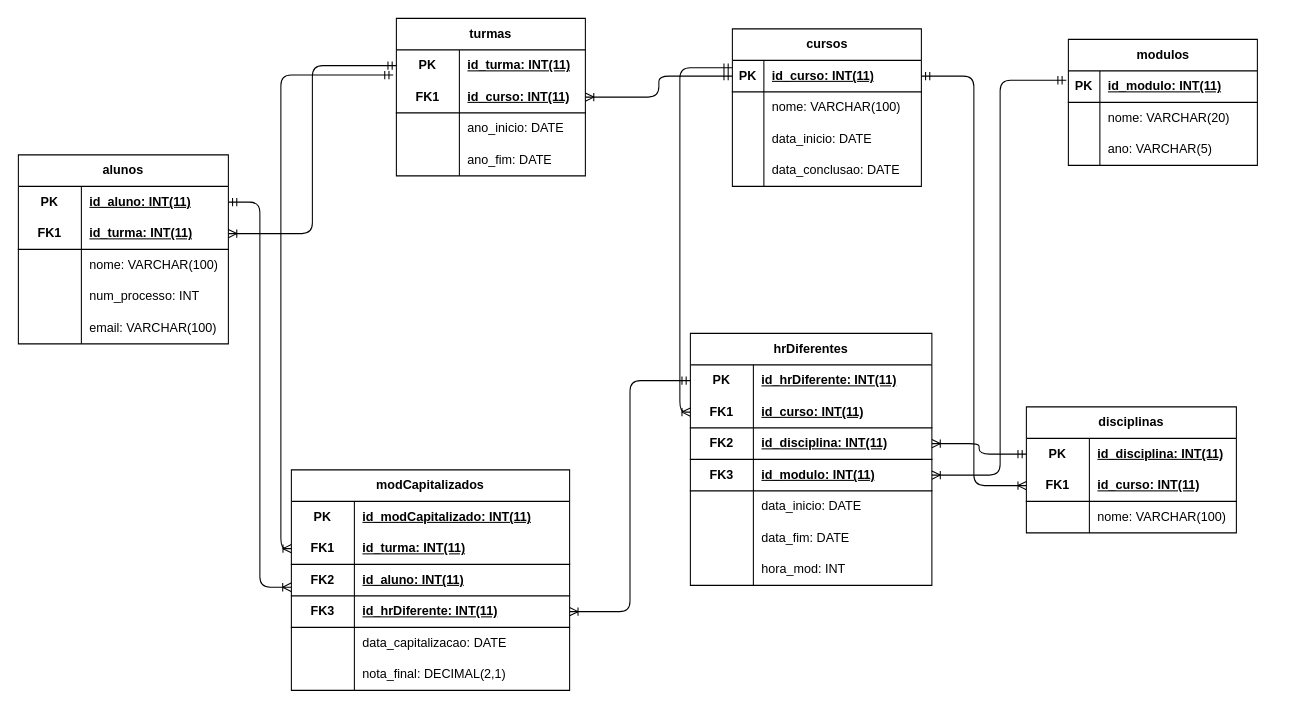
Before: gmr_modER.drawio in DaviClementee/Gest_mod_reali_Davi_Mario_Karamjit_Gerry, a draw.io diagram. Source tidied: cells renumbered, new cells numbered last; positions are measured from the earlier drawing's top-left corner, leaving out a move shared by most shapes. Both pictures are drawn from the tidied source at 105%, with x=0, y=0 at pixel (18, 18).
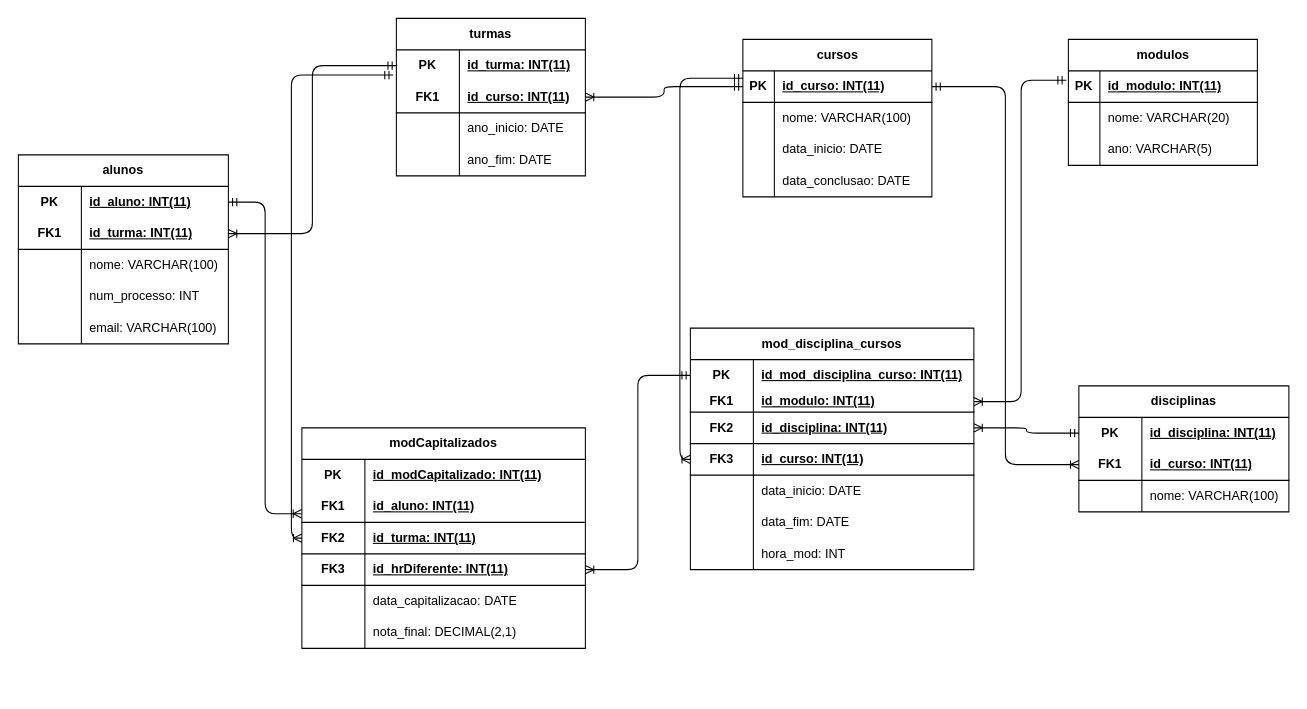
The same diagram, later.

Commit message:
Alterações no mod_ER.

The edit, as a diff of the source:
```diff
@@
     <mxCell id="31" value="disciplinas" style="shape=table;startSize=30;childLayout=tableLayout;rowLines=0;fontStyle=1;align=center;html=1;whiteSpace=wrap;" parent="1" vertex="1">
-      <mxGeometry x="960" y="370" width="200" height="120" as="geometry" />
+      <mxGeometry x="1010" y="350" width="200" height="120" as="geometry" />
     </mxCell>
@@
     <mxCell id="45" value="cursos" style="shape=table;startSize=30;childLayout=tableLayout;rowLines=0;fontStyle=1;align=center;html=1;" parent="1" vertex="1">
-      <mxGeometry x="680" y="10" width="180" height="150" as="geometry" />
+      <mxGeometry x="690" y="20" width="180" height="150" as="geometry" />
     </mxCell>
@@
-    <mxCell id="68" value="hrDiferentes" style="shape=table;startSize=30;childLayout=tableLayout;rowLines=0;fontStyle=1;align=center;html=1;whiteSpace=wrap;" parent="1" vertex="1">
-      <mxGeometry x="640" y="300" width="230" height="240" as="geometry" />
+    <mxCell id="68" value="mod_disciplina_cursos" style="shape=table;startSize=30;childLayout=tableLayout;rowLines=0;fontStyle=1;align=center;html=1;whiteSpace=wrap;" parent="1" vertex="1">
+      <mxGeometry x="640" y="295" width="270" height="230" as="geometry" />
     </mxCell>
     <mxCell id="69" style="shape=tableRow;horizontal=0;startSize=0;swimlaneHead=0;swimlaneBody=0;fillColor=none;points=[[0,0.5],[1,0.5]];portConstraint=eastwest;top=0;left=0;right=0;bottom=0;html=1;" parent="68" vertex="1">
-      <mxGeometry y="30" width="230" height="30" as="geometry" />
+      <mxGeometry y="30" width="270" height="30" as="geometry" />
     </mxCell>
@@
-    <mxCell id="71" value="id_hrDiferente: INT(11)" style="shape=partialRectangle;fillColor=none;top=0;left=0;bottom=0;right=0;align=left;spacingLeft=6;fontStyle=5;overflow=hidden;html=1;whiteSpace=wrap;" parent="69" vertex="1">
-      <mxGeometry x="60" width="170" height="30" as="geometry" />
+    <mxCell id="71" value="id_mod_disciplina_curso: INT(11)" style="shape=partialRectangle;fillColor=none;top=0;left=0;bottom=0;right=0;align=left;spacingLeft=6;fontStyle=5;overflow=hidden;html=1;whiteSpace=wrap;" parent="69" vertex="1">
+      <mxGeometry x="60" width="210" height="30" as="geometry" />
     </mxCell>
+    <mxCell id="78" style="shape=tableRow;horizontal=0;startSize=0;swimlaneHead=0;swimlaneBody=0;fillColor=none;points=[[0,0.5],[1,0.5]];portConstraint=eastwest;top=0;left=0;right=0;bottom=1;html=1;" parent="68" vertex="1">
+      <mxGeometry y="60" width="270" height="20" as="geometry" />
+    </mxCell>
+    <mxCell id="79" value="FK1" style="shape=partialRectangle;fillColor=none;top=0;left=0;bottom=0;right=0;fontStyle=1;overflow=hidden;html=1;whiteSpace=wrap;" parent="78" vertex="1">
+      <mxGeometry width="60" height="20" as="geometry" />
+    </mxCell>
+    <mxCell id="80" value="id_modulo: INT(11)" style="shape=partialRectangle;fillColor=none;top=0;left=0;bottom=0;right=0;align=left;spacingLeft=6;fontStyle=5;overflow=hidden;html=1;whiteSpace=wrap;" parent="78" vertex="1">
+      <mxGeometry x="60" width="210" height="20" as="geometry" />
+    </mxCell>
+    <mxCell id="75" style="shape=tableRow;horizontal=0;startSize=0;swimlaneHead=0;swimlaneBody=0;fillColor=none;points=[[0,0.5],[1,0.5]];portConstraint=eastwest;top=0;left=0;right=0;bottom=1;html=1;" parent="68" vertex="1">
+      <mxGeometry y="80" width="270" height="30" as="geometry" />
+    </mxCell>
+    <mxCell id="76" value="FK2" style="shape=partialRectangle;fillColor=none;top=0;left=0;bottom=0;right=0;fontStyle=1;overflow=hidden;html=1;whiteSpace=wrap;" parent="75" vertex="1">
+      <mxGeometry width="60" height="30" as="geometry" />
+    </mxCell>
+    <mxCell id="77" value="id_disciplina: INT(11)" style="shape=partialRectangle;fillColor=none;top=0;left=0;bottom=0;right=0;align=left;spacingLeft=6;fontStyle=5;overflow=hidden;html=1;whiteSpace=wrap;" parent="75" vertex="1">
+      <mxGeometry x="60" width="210" height="30" as="geometry" />
+    </mxCell>
     <mxCell id="72" style="shape=tableRow;horizontal=0;startSize=0;swimlaneHead=0;swimlaneBody=0;fillColor=none;points=[[0,0.5],[1,0.5]];portConstraint=eastwest;top=0;left=0;right=0;bottom=1;html=1;" parent="68" vertex="1">
-      <mxGeometry y="60" width="230" height="30" as="geometry" />
+      <mxGeometry y="110" width="270" height="30" as="geometry" />
     </mxCell>
-    <mxCell id="73" value="FK1" style="shape=partialRectangle;fillColor=none;top=0;left=0;bottom=0;right=0;fontStyle=1;overflow=hidden;html=1;whiteSpace=wrap;" parent="72" vertex="1">
+    <mxCell id="73" value="FK3" style="shape=partialRectangle;fillColor=none;top=0;left=0;bottom=0;right=0;fontStyle=1;overflow=hidden;html=1;whiteSpace=wrap;" parent="72" vertex="1">
       <mxGeometry width="60" height="30" as="geometry" />
     </mxCell>
     <mxCell id="74" value="id_curso: INT(11)" style="shape=partialRectangle;fillColor=none;top=0;left=0;bottom=0;right=0;align=left;spacingLeft=6;fontStyle=5;overflow=hidden;html=1;whiteSpace=wrap;" parent="72" vertex="1">
-      <mxGeometry x="60" width="170" height="30" as="geometry" />
+      <mxGeometry x="60" width="210" height="30" as="geometry" />
     </mxCell>
-    <mxCell id="75" style="shape=tableRow;horizontal=0;startSize=0;swimlaneHead=0;swimlaneBody=0;fillColor=none;points=[[0,0.5],[1,0.5]];portConstraint=eastwest;top=0;left=0;right=0;bottom=1;html=1;" parent="68" vertex="1">
-      <mxGeometry y="90" width="230" height="30" as="geometry" />
-    </mxCell>
-    <mxCell id="76" value="FK2" style="shape=partialRectangle;fillColor=none;top=0;left=0;bottom=0;right=0;fontStyle=1;overflow=hidden;html=1;whiteSpace=wrap;" parent="75" vertex="1">
-      <mxGeometry width="60" height="30" as="geometry" />
-    </mxCell>
-    <mxCell id="77" value="id_disciplina: INT(11)" style="shape=partialRectangle;fillColor=none;top=0;left=0;bottom=0;right=0;align=left;spacingLeft=6;fontStyle=5;overflow=hidden;html=1;whiteSpace=wrap;" parent="75" vertex="1">
-      <mxGeometry x="60" width="170" height="30" as="geometry" />
-    </mxCell>
-    <mxCell id="78" style="shape=tableRow;horizontal=0;startSize=0;swimlaneHead=0;swimlaneBody=0;fillColor=none;points=[[0,0.5],[1,0.5]];portConstraint=eastwest;top=0;left=0;right=0;bottom=1;html=1;" parent="68" vertex="1">
-      <mxGeometry y="120" width="230" height="30" as="geometry" />
-    </mxCell>
-    <mxCell id="79" value="FK3" style="shape=partialRectangle;fillColor=none;top=0;left=0;bottom=0;right=0;fontStyle=1;overflow=hidden;html=1;whiteSpace=wrap;" parent="78" vertex="1">
-      <mxGeometry width="60" height="30" as="geometry" />
-    </mxCell>
-    <mxCell id="80" value="id_modulo: INT(11)" style="shape=partialRectangle;fillColor=none;top=0;left=0;bottom=0;right=0;align=left;spacingLeft=6;fontStyle=5;overflow=hidden;html=1;whiteSpace=wrap;" parent="78" vertex="1">
-      <mxGeometry x="60" width="170" height="30" as="geometry" />
-    </mxCell>
     <mxCell id="81" style="shape=tableRow;horizontal=0;startSize=0;swimlaneHead=0;swimlaneBody=0;fillColor=none;top=0;left=0;right=0;bottom=0;html=1;" parent="68" vertex="1">
-      <mxGeometry y="150" width="230" height="30" as="geometry" />
+      <mxGeometry y="140" width="270" height="30" as="geometry" />
     </mxCell>
@@
     <mxCell id="83" value="data_inicio: DATE" style="shape=partialRectangle;fillColor=none;top=0;left=0;bottom=0;right=0;align=left;spacingLeft=6;overflow=hidden;html=1;whiteSpace=wrap;" parent="81" vertex="1">
-      <mxGeometry x="60" width="170" height="30" as="geometry" />
+      <mxGeometry x="60" width="210" height="30" as="geometry" />
     </mxCell>
     <mxCell id="84" style="shape=tableRow;horizontal=0;startSize=0;swimlaneHead=0;swimlaneBody=0;fillColor=none;top=0;left=0;right=0;bottom=0;html=1;" parent="68" vertex="1">
-      <mxGeometry y="180" width="230" height="30" as="geometry" />
+      <mxGeometry y="170" width="270" height="30" as="geometry" />
     </mxCell>
@@
     <mxCell id="86" value="data_fim: DATE" style="shape=partialRectangle;fillColor=none;top=0;left=0;bottom=0;right=0;align=left;spacingLeft=6;overflow=hidden;html=1;whiteSpace=wrap;" parent="84" vertex="1">
-      <mxGeometry x="60" width="170" height="30" as="geometry" />
+      <mxGeometry x="60" width="210" height="30" as="geometry" />
     </mxCell>
     <mxCell id="87" style="shape=tableRow;horizontal=0;startSize=0;swimlaneHead=0;swimlaneBody=0;fillColor=none;top=0;left=0;right=0;bottom=0;html=1;" parent="68" vertex="1">
-      <mxGeometry y="210" width="230" height="30" as="geometry" />
+      <mxGeometry y="200" width="270" height="30" as="geometry" />
     </mxCell>
@@
     <mxCell id="89" value="hora_mod: INT" style="shape=partialRectangle;fillColor=none;top=0;left=0;bottom=0;right=0;align=left;spacingLeft=6;overflow=hidden;html=1;whiteSpace=wrap;" parent="87" vertex="1">
-      <mxGeometry x="60" width="170" height="30" as="geometry" />
+      <mxGeometry x="60" width="210" height="30" as="geometry" />
     </mxCell>
@@
     <mxCell id="95" value="modCapitalizados" style="shape=table;startSize=30;childLayout=tableLayout;rowLines=0;fontStyle=1;align=center;html=1;whiteSpace=wrap;" parent="1" vertex="1">
-      <mxGeometry x="260" y="430" width="265" height="210" as="geometry" />
+      <mxGeometry x="270" y="390" width="270" height="210" as="geometry" />
     </mxCell>
     <mxCell id="96" style="shape=tableRow;horizontal=0;startSize=0;swimlaneHead=0;swimlaneBody=0;fillColor=none;top=0;left=0;right=0;bottom=0;html=1;" parent="95" vertex="1">
-      <mxGeometry y="30" width="265" height="30" as="geometry" />
+      <mxGeometry y="30" width="270" height="30" as="geometry" />
     </mxCell>
@@
     <mxCell id="98" value="id_modCapitalizado: INT(11)" style="shape=partialRectangle;fillColor=none;top=0;left=0;bottom=0;right=0;align=left;spacingLeft=6;fontStyle=5;overflow=hidden;html=1;whiteSpace=wrap;" parent="96" vertex="1">
-      <mxGeometry x="60" width="205" height="30" as="geometry" />
+      <mxGeometry x="60" width="210" height="30" as="geometry" />
     </mxCell>
+    <mxCell id="102" style="shape=tableRow;horizontal=0;startSize=0;swimlaneHead=0;swimlaneBody=0;fillColor=none;points=[[0,0.5],[1,0.5]];portConstraint=eastwest;top=0;left=0;right=0;bottom=1;html=1;" parent="95" vertex="1">
+      <mxGeometry y="60" width="270" height="30" as="geometry" />
+    </mxCell>
+    <mxCell id="103" value="FK1" style="shape=partialRectangle;fillColor=none;top=0;left=0;bottom=0;right=0;fontStyle=1;overflow=hidden;html=1;whiteSpace=wrap;" parent="102" vertex="1">
+      <mxGeometry width="60" height="30" as="geometry" />
+    </mxCell>
+    <mxCell id="104" value="id_aluno: INT(11)" style="shape=partialRectangle;fillColor=none;top=0;left=0;bottom=0;right=0;align=left;spacingLeft=6;fontStyle=5;overflow=hidden;html=1;whiteSpace=wrap;" parent="102" vertex="1">
+      <mxGeometry x="60" width="210" height="30" as="geometry" />
+    </mxCell>
     <mxCell id="99" style="shape=tableRow;horizontal=0;startSize=0;swimlaneHead=0;swimlaneBody=0;fillColor=none;points=[[0,0.5],[1,0.5]];portConstraint=eastwest;top=0;left=0;right=0;bottom=1;html=1;" parent="95" vertex="1">
-      <mxGeometry y="60" width="265" height="30" as="geometry" />
+      <mxGeometry y="90" width="270" height="30" as="geometry" />
     </mxCell>
-    <mxCell id="100" value="FK1" style="shape=partialRectangle;fillColor=none;top=0;left=0;bottom=0;right=0;fontStyle=1;overflow=hidden;html=1;whiteSpace=wrap;" parent="99" vertex="1">
+    <mxCell id="100" value="FK2" style="shape=partialRectangle;fillColor=none;top=0;left=0;bottom=0;right=0;fontStyle=1;overflow=hidden;html=1;whiteSpace=wrap;" parent="99" vertex="1">
       <mxGeometry width="60" height="30" as="geometry" />
     </mxCell>
     <mxCell id="101" value="id_turma: INT(11)" style="shape=partialRectangle;fillColor=none;top=0;left=0;bottom=0;right=0;align=left;spacingLeft=6;fontStyle=5;overflow=hidden;html=1;whiteSpace=wrap;" parent="99" vertex="1">
-      <mxGeometry x="60" width="205" height="30" as="geometry" />
+      <mxGeometry x="60" width="210" height="30" as="geometry" />
     </mxCell>
-    <mxCell id="102" style="shape=tableRow;horizontal=0;startSize=0;swimlaneHead=0;swimlaneBody=0;fillColor=none;points=[[0,0.5],[1,0.5]];portConstraint=eastwest;top=0;left=0;right=0;bottom=1;html=1;" parent="95" vertex="1">
-      <mxGeometry y="90" width="265" height="30" as="geometry" />
-    </mxCell>
-    <mxCell id="103" value="FK2" style="shape=partialRectangle;fillColor=none;top=0;left=0;bottom=0;right=0;fontStyle=1;overflow=hidden;html=1;whiteSpace=wrap;" parent="102" vertex="1">
-      <mxGeometry width="60" height="30" as="geometry" />
-    </mxCell>
-    <mxCell id="104" value="id_aluno: INT(11)" style="shape=partialRectangle;fillColor=none;top=0;left=0;bottom=0;right=0;align=left;spacingLeft=6;fontStyle=5;overflow=hidden;html=1;whiteSpace=wrap;" parent="102" vertex="1">
-      <mxGeometry x="60" width="205" height="30" as="geometry" />
-    </mxCell>
     <mxCell id="105" style="shape=tableRow;horizontal=0;startSize=0;swimlaneHead=0;swimlaneBody=0;fillColor=none;points=[[0,0.5],[1,0.5]];portConstraint=eastwest;top=0;left=0;right=0;bottom=1;html=1;" parent="95" vertex="1">
-      <mxGeometry y="120" width="265" height="30" as="geometry" />
+      <mxGeometry y="120" width="270" height="30" as="geometry" />
     </mxCell>
@@
     <mxCell id="107" value="id_hrDiferente: INT(11)" style="shape=partialRectangle;fillColor=none;top=0;left=0;bottom=0;right=0;align=left;spacingLeft=6;fontStyle=5;overflow=hidden;html=1;whiteSpace=wrap;" parent="105" vertex="1">
-      <mxGeometry x="60" width="205" height="30" as="geometry" />
+      <mxGeometry x="60" width="210" height="30" as="geometry" />
     </mxCell>
     <mxCell id="108" style="shape=tableRow;horizontal=0;startSize=0;swimlaneHead=0;swimlaneBody=0;fillColor=none;top=0;left=0;right=0;bottom=0;html=1;" parent="95" vertex="1">
-      <mxGeometry y="150" width="265" height="30" as="geometry" />
+      <mxGeometry y="150" width="270" height="30" as="geometry" />
     </mxCell>
@@
     <mxCell id="110" value="data_capitalizacao: DATE" style="shape=partialRectangle;fillColor=none;top=0;left=0;bottom=0;right=0;align=left;spacingLeft=6;overflow=hidden;html=1;whiteSpace=wrap;" parent="108" vertex="1">
-      <mxGeometry x="60" width="205" height="30" as="geometry" />
+      <mxGeometry x="60" width="210" height="30" as="geometry" />
     </mxCell>
     <mxCell id="111" style="shape=tableRow;horizontal=0;startSize=0;swimlaneHead=0;swimlaneBody=0;fillColor=none;top=0;left=0;right=0;bottom=0;html=1;" parent="95" vertex="1">
-      <mxGeometry y="180" width="265" height="30" as="geometry" />
+      <mxGeometry y="180" width="270" height="30" as="geometry" />
     </mxCell>
@@
     <mxCell id="113" value="nota_final: DECIMAL(2,1)" style="shape=partialRectangle;fillColor=none;top=0;left=0;bottom=0;right=0;align=left;spacingLeft=6;overflow=hidden;html=1;whiteSpace=wrap;" parent="111" vertex="1">
-      <mxGeometry x="60" width="205" height="30" as="geometry" />
+      <mxGeometry x="60" width="210" height="30" as="geometry" />
     </mxCell>
```
